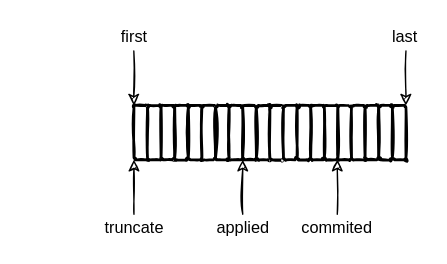
The draw.io diagram consensus/raft.drawio in EarthWind/deeparch, before the edit. Source tidied: cells renumbered, new cells numbered last; positions are measured from the earlier drawing's top-left corner, leaving out a move shared by most shapes. Both pictures are drawn from the tidied source at 136%, with x=0, y=0 at pixel (92, 23).
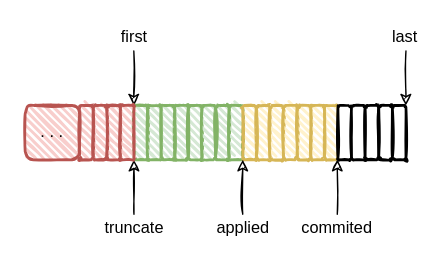
The same page after the edit.

What changed in the source:
```diff
@@
-    <mxCell id="2" style="rounded=1;whiteSpace=wrap;html=1;strokeWidth=2;fillWeight=2;hachureGap=4;hachureAngle=45;sketch=1;" parent="1" vertex="1">
+    <mxCell id="2" style="rounded=1;whiteSpace=wrap;html=1;strokeWidth=2;fillWeight=2;hachureGap=4;hachureAngle=45;sketch=1;fillColor=#d5e8d4;strokeColor=#82b366;" parent="1" vertex="1">
       <mxGeometry x="30" y="60" width="10" height="40" as="geometry" />
     </mxCell>
-    <mxCell id="3" style="rounded=1;whiteSpace=wrap;html=1;strokeWidth=2;fillWeight=2;hachureGap=4;hachureAngle=45;sketch=1;" parent="1" vertex="1">
+    <mxCell id="3" style="rounded=1;whiteSpace=wrap;html=1;strokeWidth=2;fillWeight=2;hachureGap=4;hachureAngle=45;sketch=1;fillColor=#d5e8d4;strokeColor=#82b366;" parent="1" vertex="1">
       <mxGeometry x="40" y="60" width="10" height="40" as="geometry" />
     </mxCell>
-    <mxCell id="4" style="rounded=1;whiteSpace=wrap;html=1;strokeWidth=2;fillWeight=2;hachureGap=4;hachureAngle=45;sketch=1;" parent="1" vertex="1">
+    <mxCell id="4" style="rounded=1;whiteSpace=wrap;html=1;strokeWidth=2;fillWeight=2;hachureGap=4;hachureAngle=45;sketch=1;fillColor=#d5e8d4;strokeColor=#82b366;" parent="1" vertex="1">
       <mxGeometry x="50" y="60" width="10" height="40" as="geometry" />
     </mxCell>
-    <mxCell id="5" style="rounded=1;whiteSpace=wrap;html=1;strokeWidth=2;fillWeight=2;hachureGap=4;hachureAngle=45;sketch=1;" parent="1" vertex="1">
+    <mxCell id="5" style="rounded=1;whiteSpace=wrap;html=1;strokeWidth=2;fillWeight=2;hachureGap=4;hachureAngle=45;sketch=1;fillColor=#d5e8d4;strokeColor=#82b366;" parent="1" vertex="1">
       <mxGeometry x="60" y="60" width="10" height="40" as="geometry" />
     </mxCell>
-    <mxCell id="6" style="rounded=1;whiteSpace=wrap;html=1;strokeWidth=2;fillWeight=2;hachureGap=4;hachureAngle=45;sketch=1;" parent="1" vertex="1">
+    <mxCell id="6" style="rounded=1;whiteSpace=wrap;html=1;strokeWidth=2;fillWeight=2;hachureGap=4;hachureAngle=45;sketch=1;fillColor=#d5e8d4;strokeColor=#82b366;" parent="1" vertex="1">
       <mxGeometry x="70" y="60" width="10" height="40" as="geometry" />
     </mxCell>
-    <mxCell id="7" style="rounded=1;whiteSpace=wrap;html=1;strokeWidth=2;fillWeight=2;hachureGap=4;hachureAngle=45;sketch=1;" parent="1" vertex="1">
+    <mxCell id="7" style="rounded=1;whiteSpace=wrap;html=1;strokeWidth=2;fillWeight=2;hachureGap=4;hachureAngle=45;sketch=1;fillColor=#d5e8d4;strokeColor=#82b366;" parent="1" vertex="1">
       <mxGeometry x="80" y="60" width="10" height="40" as="geometry" />
     </mxCell>
-    <mxCell id="8" style="rounded=1;whiteSpace=wrap;html=1;strokeWidth=2;fillWeight=2;hachureGap=4;hachureAngle=45;sketch=1;" parent="1" vertex="1">
+    <mxCell id="8" style="rounded=1;whiteSpace=wrap;html=1;strokeWidth=2;fillWeight=2;hachureGap=4;hachureAngle=45;sketch=1;fillColor=#d5e8d4;strokeColor=#82b366;" parent="1" vertex="1">
       <mxGeometry x="90" y="60" width="10" height="40" as="geometry" />
     </mxCell>
-    <mxCell id="9" style="rounded=1;whiteSpace=wrap;html=1;strokeWidth=2;fillWeight=2;hachureGap=4;hachureAngle=45;sketch=1;" parent="1" vertex="1">
+    <mxCell id="9" style="rounded=1;whiteSpace=wrap;html=1;strokeWidth=2;fillWeight=2;hachureGap=4;hachureAngle=45;sketch=1;fillColor=#d5e8d4;strokeColor=#82b366;" parent="1" vertex="1">
       <mxGeometry x="100" y="60" width="10" height="40" as="geometry" />
     </mxCell>
-    <mxCell id="10" style="rounded=1;whiteSpace=wrap;html=1;strokeWidth=2;fillWeight=2;hachureGap=4;hachureAngle=45;sketch=1;" parent="1" vertex="1">
+    <mxCell id="10" style="rounded=1;whiteSpace=wrap;html=1;strokeWidth=2;fillWeight=2;hachureGap=4;hachureAngle=45;sketch=1;fillColor=#fff2cc;strokeColor=#d6b656;" parent="1" vertex="1">
       <mxGeometry x="110" y="60" width="10" height="40" as="geometry" />
     </mxCell>
-    <mxCell id="11" style="rounded=1;whiteSpace=wrap;html=1;strokeWidth=2;fillWeight=2;hachureGap=4;hachureAngle=45;sketch=1;" parent="1" vertex="1">
+    <mxCell id="11" style="rounded=1;whiteSpace=wrap;html=1;strokeWidth=2;fillWeight=2;hachureGap=4;hachureAngle=45;sketch=1;fillColor=#fff2cc;strokeColor=#d6b656;" parent="1" vertex="1">
       <mxGeometry x="120" y="60" width="10" height="40" as="geometry" />
     </mxCell>
-    <mxCell id="12" style="rounded=1;whiteSpace=wrap;html=1;strokeWidth=2;fillWeight=2;hachureGap=4;hachureAngle=45;sketch=1;" parent="1" vertex="1">
+    <mxCell id="12" style="rounded=1;whiteSpace=wrap;html=1;strokeWidth=2;fillWeight=2;hachureGap=4;hachureAngle=45;sketch=1;fillColor=#fff2cc;strokeColor=#d6b656;" parent="1" vertex="1">
       <mxGeometry x="130" y="60" width="10" height="40" as="geometry" />
     </mxCell>
-    <mxCell id="13" style="rounded=1;whiteSpace=wrap;html=1;strokeWidth=2;fillWeight=2;hachureGap=4;hachureAngle=45;sketch=1;" parent="1" vertex="1">
+    <mxCell id="13" style="rounded=1;whiteSpace=wrap;html=1;strokeWidth=2;fillWeight=2;hachureGap=4;hachureAngle=45;sketch=1;fillColor=#fff2cc;strokeColor=#d6b656;" parent="1" vertex="1">
       <mxGeometry x="140" y="60" width="10" height="40" as="geometry" />
     </mxCell>
-    <mxCell id="14" style="rounded=1;whiteSpace=wrap;html=1;strokeWidth=2;fillWeight=2;hachureGap=4;hachureAngle=45;sketch=1;" parent="1" vertex="1">
+    <mxCell id="14" style="rounded=1;whiteSpace=wrap;html=1;strokeWidth=2;fillWeight=2;hachureGap=4;hachureAngle=45;sketch=1;fillColor=#fff2cc;strokeColor=#d6b656;" parent="1" vertex="1">
       <mxGeometry x="150" y="60" width="10" height="40" as="geometry" />
     </mxCell>
-    <mxCell id="15" style="rounded=1;whiteSpace=wrap;html=1;strokeWidth=2;fillWeight=2;hachureGap=4;hachureAngle=45;sketch=1;" parent="1" vertex="1">
+    <mxCell id="15" style="rounded=1;whiteSpace=wrap;html=1;strokeWidth=2;fillWeight=2;hachureGap=4;hachureAngle=45;sketch=1;fillColor=#fff2cc;strokeColor=#d6b656;" parent="1" vertex="1">
       <mxGeometry x="160" y="60" width="10" height="40" as="geometry" />
     </mxCell>
-    <mxCell id="16" style="rounded=1;whiteSpace=wrap;html=1;strokeWidth=2;fillWeight=2;hachureGap=4;hachureAngle=45;sketch=1;" parent="1" vertex="1">
+    <mxCell id="16" style="rounded=1;whiteSpace=wrap;html=1;strokeWidth=2;fillWeight=2;hachureGap=4;hachureAngle=45;sketch=1;fillColor=#fff2cc;strokeColor=#d6b656;" parent="1" vertex="1">
       <mxGeometry x="170" y="60" width="10" height="40" as="geometry" />
     </mxCell>
@@
+    <mxCell id="32" style="rounded=1;whiteSpace=wrap;html=1;strokeWidth=2;fillWeight=2;hachureGap=4;hachureAngle=45;sketch=1;fillColor=#f8cecc;strokeColor=#b85450;" parent="1" vertex="1">
+      <mxGeometry x="-10" y="60" width="10" height="40" as="geometry" />
+    </mxCell>
+    <mxCell id="33" style="rounded=1;whiteSpace=wrap;html=1;strokeWidth=2;fillWeight=2;hachureGap=4;hachureAngle=45;sketch=1;fillColor=#f8cecc;strokeColor=#b85450;" parent="1" vertex="1">
+      <mxGeometry y="60" width="10" height="40" as="geometry" />
+    </mxCell>
+    <mxCell id="34" style="rounded=1;whiteSpace=wrap;html=1;strokeWidth=2;fillWeight=2;hachureGap=4;hachureAngle=45;sketch=1;fillColor=#f8cecc;strokeColor=#b85450;" parent="1" vertex="1">
+      <mxGeometry x="10" y="60" width="10" height="40" as="geometry" />
+    </mxCell>
+    <mxCell id="35" style="rounded=1;whiteSpace=wrap;html=1;strokeWidth=2;fillWeight=2;hachureGap=4;hachureAngle=45;sketch=1;fillColor=#f8cecc;strokeColor=#b85450;" parent="1" vertex="1">
+      <mxGeometry x="20" y="60" width="10" height="40" as="geometry" />
+    </mxCell>
+    <mxCell id="36" value=". . ." style="rounded=1;whiteSpace=wrap;html=1;strokeWidth=2;fillWeight=2;hachureGap=4;hachureAngle=45;sketch=1;fillColor=#f8cecc;strokeColor=#b85450;" parent="1" vertex="1">
+      <mxGeometry x="-50" y="60" width="40" height="40" as="geometry" />
+    </mxCell>
```
